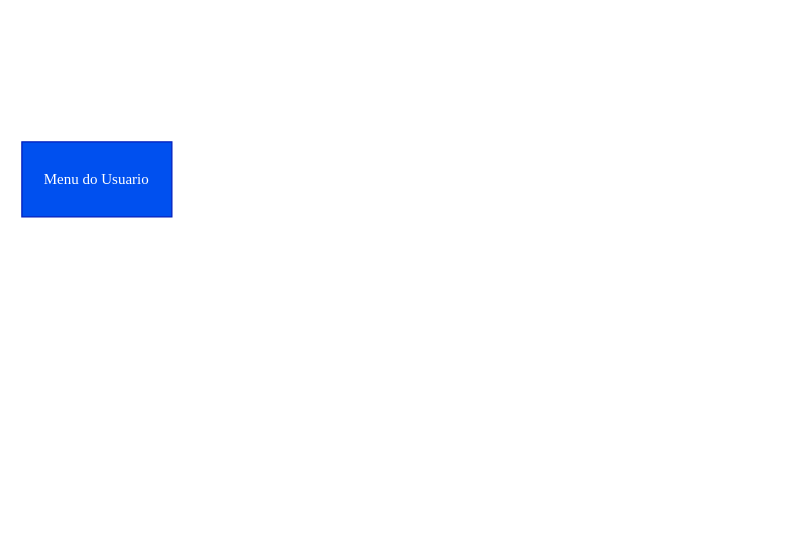
This is UML/Menu.drawio from eldn2014/TGI, a draw.io file, before an edit. Source tidied: cells renumbered, new cells numbered last; positions are measured from the earlier drawing's top-left corner, leaving out a move shared by most shapes. Both pictures are drawn from the tidied source at 125%, with x=0, y=0 at pixel (21, 141).
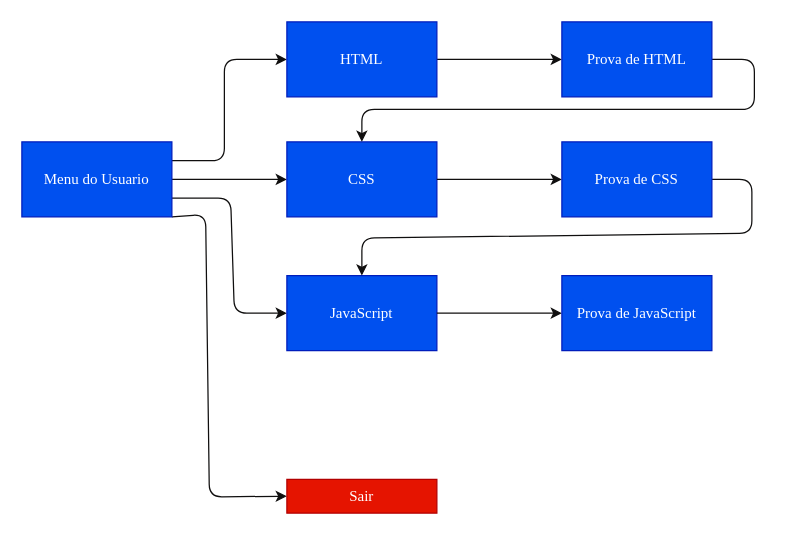
After the change.

Commit message:
UML finalizada

The change refers to these unchanged cells:
```xml
<mxCell id="2" value="Menu do Usuario" style="rounded=0;whiteSpace=wrap;html=1;shadow=0;sketch=0;hachureGap=4;jiggle=2;curveFitting=1;fontFamily=Times New Roman;fontSize=12;fillColor=#0050ef;fontColor=#ffffff;strokeColor=#001DBC;" parent="1" vertex="1">
  <mxGeometry width="120" height="60" as="geometry" />
</mxCell>
```

The edit, as a diff of the source:
```diff
@@
+    <mxCell id="3" style="edgeStyle=none;hachureGap=4;html=1;exitX=1;exitY=0.25;exitDx=0;exitDy=0;fontFamily=Architects Daughter;fontSize=16;entryX=0;entryY=0.5;entryDx=0;entryDy=0;strokeColor=#100f0f;" parent="1" edge="1" source="2" target="8">
+      <mxGeometry relative="1" as="geometry">
+        <Array as="points">
+          <mxPoint x="162" y="15" />
+          <mxPoint x="162" y="-66" />
+        </Array>
+      </mxGeometry>
+    </mxCell>
+    <mxCell id="4" style="edgeStyle=none;hachureGap=4;html=1;exitX=1;exitY=0.5;exitDx=0;exitDy=0;fontFamily=Architects Daughter;fontSize=16;entryX=0;entryY=0.5;entryDx=0;entryDy=0;strokeColor=#100f0f;" parent="1" edge="1" source="2" target="9">
+      <mxGeometry relative="1" as="geometry" />
+    </mxCell>
+    <mxCell id="5" style="edgeStyle=none;hachureGap=4;html=1;exitX=1;exitY=0.75;exitDx=0;exitDy=0;fontFamily=Architects Daughter;fontSize=16;entryX=0;entryY=0.5;entryDx=0;entryDy=0;strokeColor=#100f0f;" parent="1" edge="1" source="2" target="10">
+      <mxGeometry relative="1" as="geometry">
+        <Array as="points">
+          <mxPoint x="167" y="45" />
+          <mxPoint x="170" y="137" />
+        </Array>
+      </mxGeometry>
+    </mxCell>
+    <mxCell id="6" style="edgeStyle=none;sketch=0;hachureGap=4;jiggle=2;curveFitting=1;html=1;exitX=1;exitY=1;exitDx=0;exitDy=0;strokeColor=#100f0f;fontFamily=Architects Daughter;fontSize=16;entryX=0;entryY=0.5;entryDx=0;entryDy=0;" parent="1" edge="1" source="2" target="11">
+      <mxGeometry relative="1" as="geometry">
+        <Array as="points">
+          <mxPoint x="147" y="58" />
+          <mxPoint x="150" y="284" />
+        </Array>
+      </mxGeometry>
+    </mxCell>
@@
+    <mxCell id="7" style="edgeStyle=none;sketch=0;hachureGap=4;jiggle=2;curveFitting=1;html=1;exitX=1;exitY=0.5;exitDx=0;exitDy=0;strokeColor=#100f0f;fontFamily=Architects Daughter;fontSize=16;entryX=0;entryY=0.5;entryDx=0;entryDy=0;" parent="1" edge="1" source="8" target="13">
+      <mxGeometry relative="1" as="geometry" />
+    </mxCell>
+    <mxCell id="8" value="HTML" style="rounded=0;whiteSpace=wrap;html=1;shadow=0;sketch=0;hachureGap=4;jiggle=2;curveFitting=1;fontFamily=Times New Roman;fontSize=12;fillColor=#0050ef;fontColor=#ffffff;strokeColor=#001DBC;" parent="1" vertex="1">
+      <mxGeometry x="212" y="-96" width="120" height="60" as="geometry" />
+    </mxCell>
+    <mxCell id="9" value="CSS" style="rounded=0;whiteSpace=wrap;html=1;shadow=0;sketch=0;hachureGap=4;jiggle=2;curveFitting=1;fontFamily=Times New Roman;fontSize=12;fillColor=#0050ef;fontColor=#ffffff;strokeColor=#001DBC;" parent="1" vertex="1">
+      <mxGeometry x="212" width="120" height="60" as="geometry" />
+    </mxCell>
+    <mxCell id="10" value="JavaScript" style="rounded=0;whiteSpace=wrap;html=1;shadow=0;sketch=0;hachureGap=4;jiggle=2;curveFitting=1;fontFamily=Times New Roman;fontSize=12;fillColor=#0050ef;fontColor=#ffffff;strokeColor=#001DBC;" parent="1" vertex="1">
+      <mxGeometry x="212" y="107" width="120" height="60" as="geometry" />
+    </mxCell>
+    <mxCell id="11" value="Sair" style="rounded=0;whiteSpace=wrap;html=1;shadow=0;sketch=0;hachureGap=4;jiggle=2;curveFitting=1;fontFamily=Times New Roman;fontSize=12;fillColor=#e51400;fontColor=#ffffff;strokeColor=#B20000;" parent="1" vertex="1">
+      <mxGeometry x="212" y="270" width="120" height="27" as="geometry" />
+    </mxCell>
+    <mxCell id="12" style="edgeStyle=none;sketch=0;hachureGap=4;jiggle=2;curveFitting=1;html=1;exitX=1;exitY=0.5;exitDx=0;exitDy=0;entryX=0.5;entryY=0;entryDx=0;entryDy=0;strokeColor=#100f0f;fontFamily=Architects Daughter;fontSize=16;" parent="1" edge="1" source="13" target="9">
+      <mxGeometry relative="1" as="geometry">
+        <Array as="points">
+          <mxPoint x="586" y="-66" />
+          <mxPoint x="586" y="-26" />
+          <mxPoint x="272" y="-26" />
+        </Array>
+      </mxGeometry>
+    </mxCell>
+    <mxCell id="13" value="Prova de HTML" style="rounded=0;whiteSpace=wrap;html=1;shadow=0;sketch=0;hachureGap=4;jiggle=2;curveFitting=1;fontFamily=Times New Roman;fontSize=12;fillColor=#0050ef;fontColor=#ffffff;strokeColor=#001DBC;" parent="1" vertex="1">
+      <mxGeometry x="432" y="-96" width="120" height="60" as="geometry" />
+    </mxCell>
+    <mxCell id="14" style="edgeStyle=none;sketch=0;hachureGap=4;jiggle=2;curveFitting=1;html=1;exitX=1;exitY=0.5;exitDx=0;exitDy=0;strokeColor=#100f0f;fontFamily=Architects Daughter;fontSize=16;entryX=0;entryY=0.5;entryDx=0;entryDy=0;" parent="1" edge="1" source="9" target="16">
+      <mxGeometry relative="1" as="geometry" />
+    </mxCell>
+    <mxCell id="15" style="edgeStyle=none;sketch=0;hachureGap=4;jiggle=2;curveFitting=1;html=1;exitX=1;exitY=0.5;exitDx=0;exitDy=0;entryX=0.5;entryY=0;entryDx=0;entryDy=0;strokeColor=#100f0f;fontFamily=Architects Daughter;fontSize=16;" parent="1" edge="1" source="16" target="10">
+      <mxGeometry relative="1" as="geometry">
+        <Array as="points">
+          <mxPoint x="584" y="30" />
+          <mxPoint x="584" y="73" />
+          <mxPoint x="272" y="77" />
+        </Array>
+      </mxGeometry>
+    </mxCell>
+    <mxCell id="16" value="Prova de CSS" style="rounded=0;whiteSpace=wrap;html=1;shadow=0;sketch=0;hachureGap=4;jiggle=2;curveFitting=1;fontFamily=Times New Roman;fontSize=12;fillColor=#0050ef;fontColor=#ffffff;strokeColor=#001DBC;" parent="1" vertex="1">
+      <mxGeometry x="432" width="120" height="60" as="geometry" />
+    </mxCell>
+    <mxCell id="17" style="edgeStyle=none;sketch=0;hachureGap=4;jiggle=2;curveFitting=1;html=1;exitX=1;exitY=0.5;exitDx=0;exitDy=0;strokeColor=#100f0f;fontFamily=Architects Daughter;fontSize=16;entryX=0;entryY=0.5;entryDx=0;entryDy=0;" parent="1" edge="1" source="10" target="18">
+      <mxGeometry relative="1" as="geometry" />
+    </mxCell>
+    <mxCell id="18" value="Prova de JavaScript" style="rounded=0;whiteSpace=wrap;html=1;shadow=0;sketch=0;hachureGap=4;jiggle=2;curveFitting=1;fontFamily=Times New Roman;fontSize=12;fillColor=#0050ef;fontColor=#ffffff;strokeColor=#001DBC;" parent="1" vertex="1">
+      <mxGeometry x="432" y="107" width="120" height="60" as="geometry" />
+    </mxCell>
```
